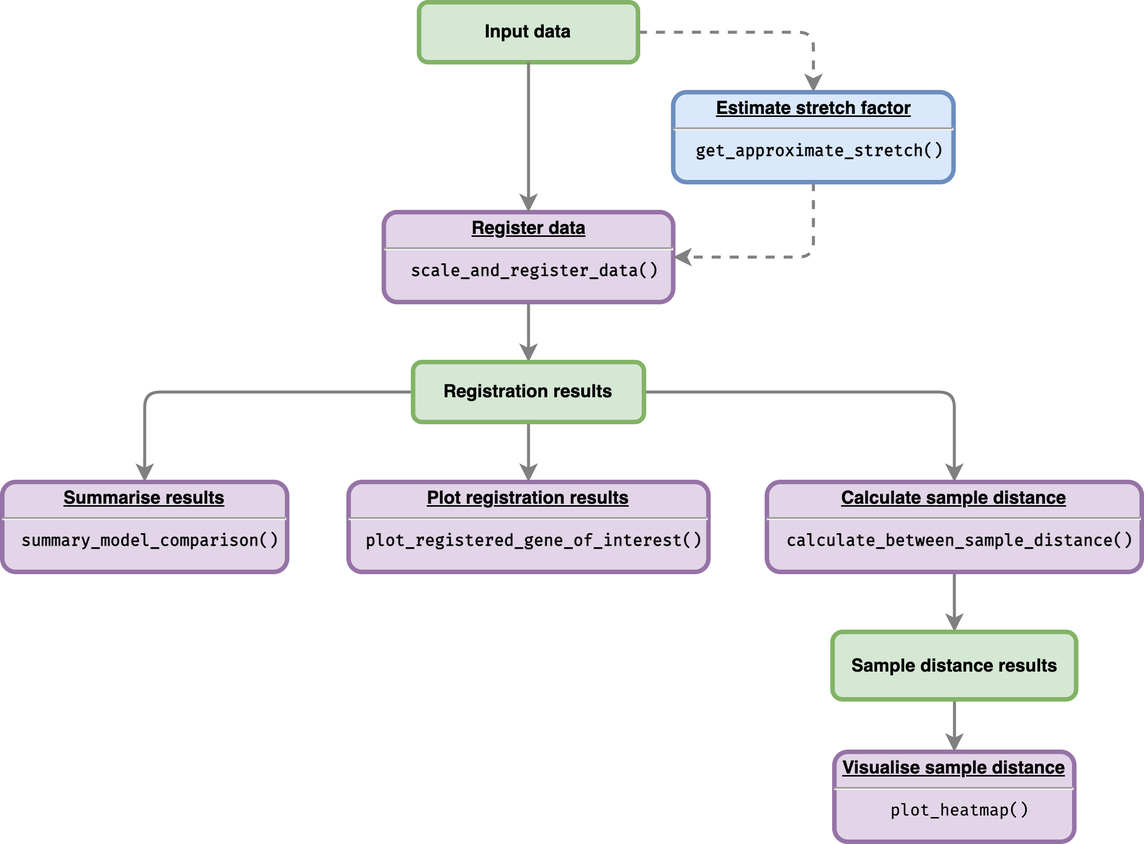
Above: man/figures/GREAT_workflow.png in ruthkr/GREAT (draw.io), before the change. Source tidied: cells renumbered, new cells last; positions are measured from the earlier drawing's top-left corner, leaving out a move shared by most shapes.
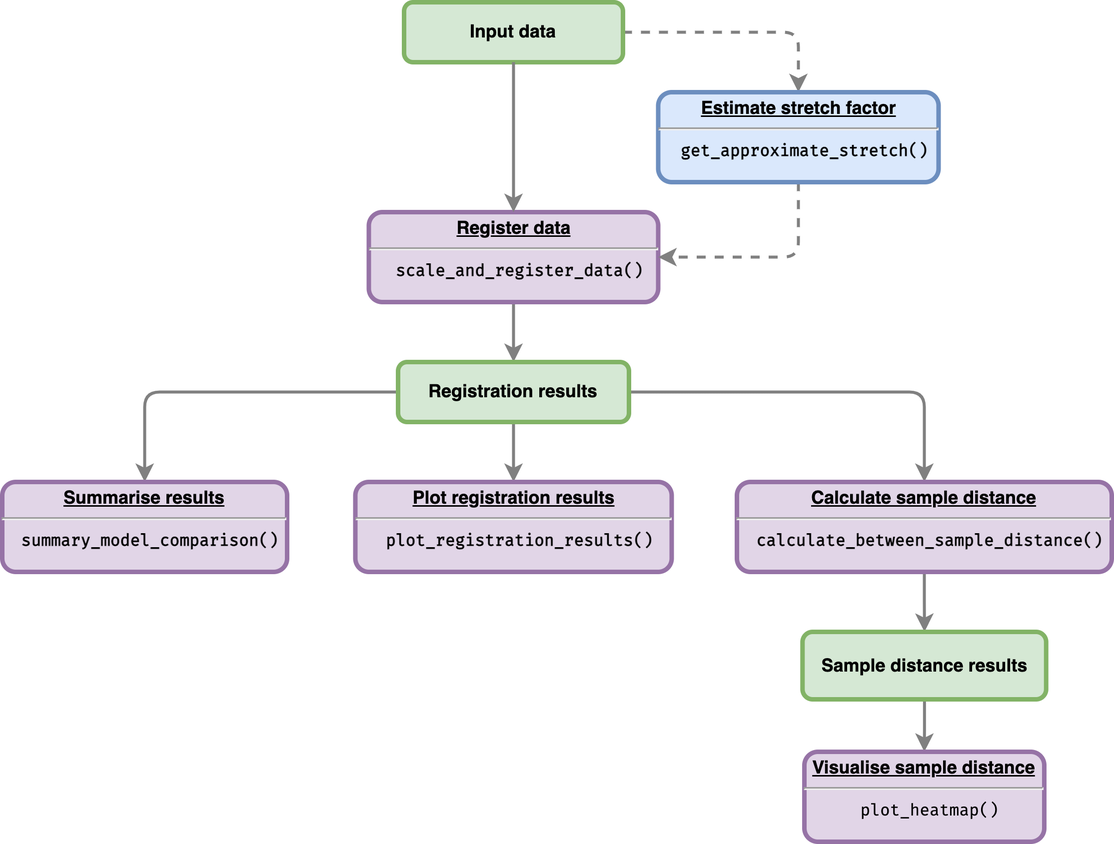
After the commit.

Commit message:
added modified figure for the package pipeline

Change to the diagram source:
```diff
@@ -39,25 +39,25 @@
       <mxGeometry x="274" y="240" width="154" height="40" as="geometry" />
     </mxCell>
     <mxCell id="14" value="&lt;p style=&quot;margin: 0px ; margin-top: 4px ; text-align: center ; text-decoration: underline&quot;&gt;Summarise results&lt;/p&gt;&lt;hr&gt;&lt;p style=&quot;margin: 0px ; margin-left: 8px&quot;&gt;&lt;font face=&quot;Fira Code&quot; style=&quot;font-size: 11px&quot;&gt;summary_model_comparison()&lt;/font&gt;&lt;br&gt;&lt;/p&gt;" style="verticalAlign=middle;align=center;overflow=fill;fontSize=12;fontFamily=Helvetica;html=1;rounded=1;fontStyle=1;strokeWidth=3;fillColor=#e1d5e7;strokeColor=#9673a6;" parent="1" vertex="1">
-      <mxGeometry y="320" width="190" height="60" as="geometry" />
+      <mxGeometry x="10" y="320" width="190" height="60" as="geometry" />
     </mxCell>
-    <mxCell id="15" value="&lt;p style=&quot;margin: 0px ; margin-top: 4px ; text-align: center ; text-decoration: underline&quot;&gt;&lt;strong&gt;Plot registration results&lt;/strong&gt;&lt;/p&gt;&lt;hr&gt;&lt;p style=&quot;margin: 0px ; margin-left: 8px&quot;&gt;&lt;font face=&quot;Fira Code&quot; style=&quot;font-size: 11px&quot;&gt;plot_registered_gene_of_interest()&lt;/font&gt;&lt;br&gt;&lt;/p&gt;" style="verticalAlign=middle;align=center;overflow=fill;fontSize=12;fontFamily=Helvetica;html=1;rounded=1;fontStyle=1;strokeWidth=3;fillColor=#e1d5e7;strokeColor=#9673a6;" parent="1" vertex="1">
-      <mxGeometry x="231" y="320" width="240" height="60" as="geometry" />
+    <mxCell id="15" value="&lt;p style=&quot;margin: 0px ; margin-top: 4px ; text-align: center ; text-decoration: underline&quot;&gt;&lt;strong&gt;Plot registration results&lt;/strong&gt;&lt;/p&gt;&lt;hr&gt;&lt;p style=&quot;margin: 0px ; margin-left: 8px&quot;&gt;&lt;font face=&quot;Fira Code&quot; style=&quot;font-size: 11px&quot;&gt;plot_registration_results()&lt;/font&gt;&lt;br&gt;&lt;/p&gt;" style="verticalAlign=middle;align=center;overflow=fill;fontSize=12;fontFamily=Helvetica;html=1;rounded=1;fontStyle=1;strokeWidth=3;fillColor=#e1d5e7;strokeColor=#9673a6;" parent="1" vertex="1">
+      <mxGeometry x="245.5" y="320" width="211" height="60" as="geometry" />
     </mxCell>
     <mxCell id="16" style="edgeStyle=orthogonalEdgeStyle;rounded=0;jettySize=auto;html=1;strokeColor=#808080;strokeWidth=2;" parent="1" edge="1" source="17" target="19">
       <mxGeometry relative="1" as="geometry" />
     </mxCell>
     <mxCell id="17" value="&lt;p style=&quot;margin: 0px ; margin-top: 4px ; text-align: center ; text-decoration: underline&quot;&gt;&lt;strong&gt;Calculate sample distance&lt;/strong&gt;&lt;/p&gt;&lt;hr&gt;&lt;p style=&quot;margin: 0px ; margin-left: 8px&quot;&gt;&lt;font face=&quot;Fira Code&quot; style=&quot;font-size: 11px&quot;&gt;calculate_between_sample_distance()&lt;/font&gt;&lt;br&gt;&lt;/p&gt;" style="verticalAlign=middle;align=center;overflow=fill;fontSize=12;fontFamily=Helvetica;html=1;rounded=1;fontStyle=1;strokeWidth=3;fillColor=#e1d5e7;strokeColor=#9673a6;" parent="1" vertex="1">
-      <mxGeometry x="510" y="320" width="250" height="60" as="geometry" />
+      <mxGeometry x="500" y="320" width="250" height="60" as="geometry" />
     </mxCell>
     <mxCell id="18" style="edgeStyle=orthogonalEdgeStyle;rounded=0;jettySize=auto;html=1;strokeColor=#808080;strokeWidth=2;" parent="1" edge="1" source="19" target="20">
       <mxGeometry relative="1" as="geometry" />
     </mxCell>
     <mxCell id="19" value="Sample distance results" style="whiteSpace=wrap;align=center;verticalAlign=middle;fontStyle=1;strokeWidth=3;fillColor=#d5e8d4;strokeColor=#82b366;rounded=1;glass=0;" parent="1" vertex="1">
-      <mxGeometry x="553.8" y="420" width="162.5" height="45" as="geometry" />
+      <mxGeometry x="543.8" y="420" width="162.5" height="45" as="geometry" />
     </mxCell>
     <mxCell id="20" value="&lt;p style=&quot;margin: 0px ; margin-top: 4px ; text-align: center ; text-decoration: underline&quot;&gt;&lt;strong&gt;Visualise sample distance&lt;/strong&gt;&lt;/p&gt;&lt;hr&gt;&lt;p style=&quot;margin: 0px ; margin-left: 8px&quot;&gt;&lt;span style=&quot;font-weight: normal&quot;&gt;&lt;font face=&quot;Fira Code&quot; style=&quot;font-size: 11px&quot;&gt;plot_heatmap()&lt;/font&gt;&lt;/span&gt;&lt;br&gt;&lt;/p&gt;" style="verticalAlign=middle;align=center;overflow=fill;fontSize=12;fontFamily=Helvetica;html=1;rounded=1;fontStyle=1;strokeWidth=3;fillColor=#e1d5e7;strokeColor=#9673a6;" parent="1" vertex="1">
-      <mxGeometry x="555" y="500" width="160" height="60" as="geometry" />
+      <mxGeometry x="545" y="500" width="160" height="60" as="geometry" />
     </mxCell>
   </root>
 </mxGraphModel>
```
